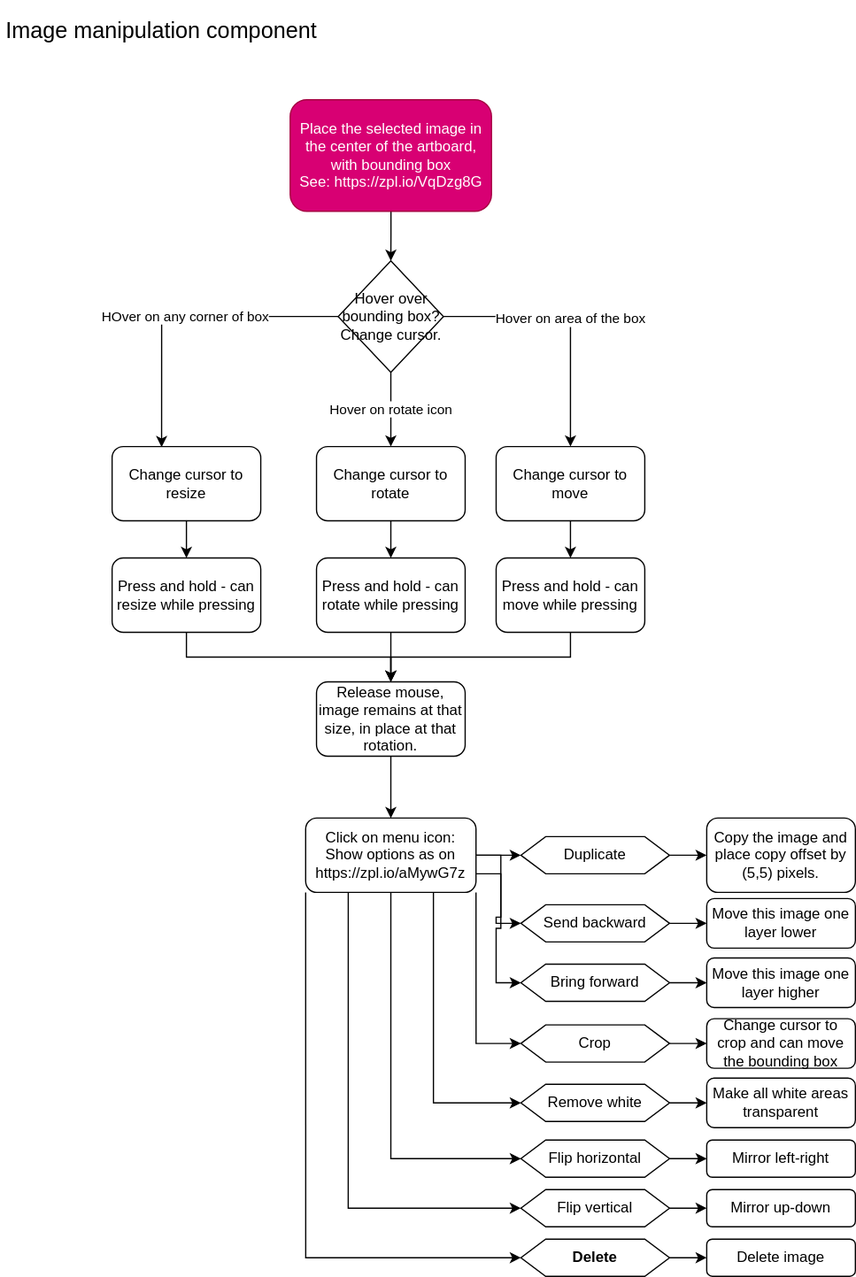
ji-devs/ji-cloud-flowcharts keeps this draw.io diagram as modules/components/image-manipulation.drawio.svg. Above is the earlier version. Source tidied: cells renumbered, new cells last; positions are measured from the earlier drawing's top-left corner, leaving out a move shared by most shapes.
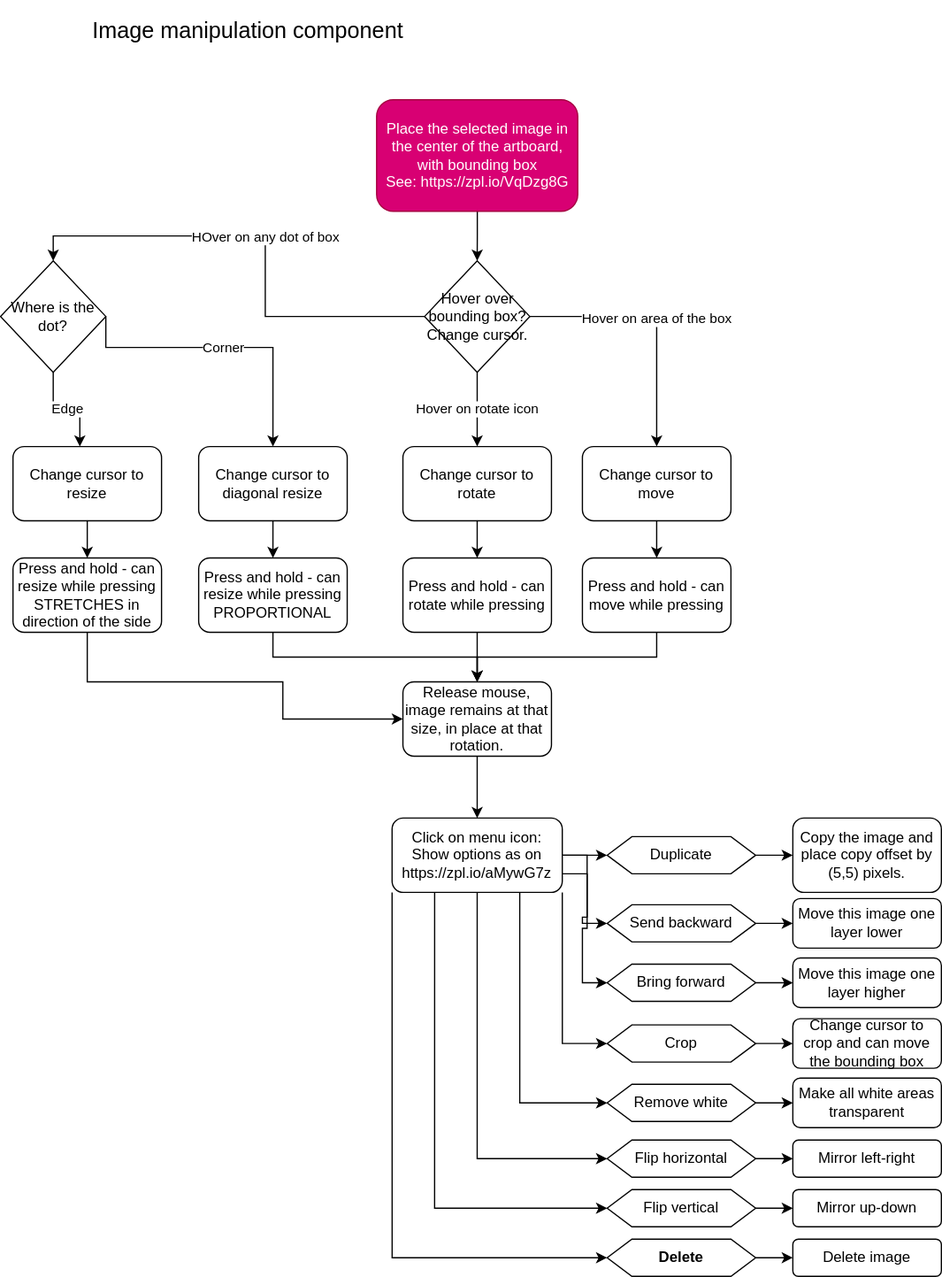
After the commit.

Commit message:
tweaked according to David's slack

Diff of the diagram source:
```diff
@@ -11,7 +11,7 @@
     <mxCell id="4" value="Place the selected image in the center of the artboard, with bounding box&amp;nbsp;&lt;br&gt;See:&amp;nbsp;https://zpl.io/VqDzg8G" style="rounded=1;whiteSpace=wrap;html=1;fillColor=#d80073;strokeColor=#A50040;fontColor=#ffffff;" parent="1" vertex="1">
       <mxGeometry x="233.8" y="80" width="162.5" height="90" as="geometry" />
     </mxCell>
-    <mxCell id="5" value="HOver on any corner of box" style="edgeStyle=orthogonalEdgeStyle;rounded=0;jettySize=auto;html=1;entryX=0.333;entryY=0.007;entryDx=0;entryDy=0;entryPerimeter=0;" parent="1" edge="1" source="8" target="10">
+    <mxCell id="5" value="HOver on any dot of box" style="edgeStyle=orthogonalEdgeStyle;rounded=0;jettySize=auto;html=1;entryX=0.5;entryY=0;entryDx=0;entryDy=0;" parent="1" edge="1" source="8" target="62">
       <mxGeometry relative="1" as="geometry" />
     </mxCell>
     <mxCell id="6" value="Hover on rotate icon" style="edgeStyle=orthogonalEdgeStyle;rounded=0;jettySize=auto;html=1;entryX=0.5;entryY=0;entryDx=0;entryDy=0;" parent="1" edge="1" source="8" target="12">
@@ -26,7 +26,7 @@
     <mxCell id="9" style="edgeStyle=orthogonalEdgeStyle;rounded=0;jettySize=auto;html=1;entryX=0.5;entryY=0;entryDx=0;entryDy=0;" parent="1" edge="1" source="10" target="16">
       <mxGeometry relative="1" as="geometry" />
     </mxCell>
-    <mxCell id="10" value="Change cursor to resize" style="rounded=1;whiteSpace=wrap;html=1;" parent="1" vertex="1">
+    <mxCell id="10" value="Change cursor to diagonal resize" style="rounded=1;whiteSpace=wrap;html=1;" parent="1" vertex="1">
       <mxGeometry x="90" y="360" width="120" height="60" as="geometry" />
     </mxCell>
     <mxCell id="11" style="edgeStyle=orthogonalEdgeStyle;rounded=0;jettySize=auto;html=1;entryX=0.5;entryY=0;entryDx=0;entryDy=0;" parent="1" edge="1" source="12" target="18">
@@ -49,7 +49,7 @@
         </Array>
       </mxGeometry>
     </mxCell>
-    <mxCell id="16" value="Press and hold - can resize while pressing" style="rounded=1;whiteSpace=wrap;html=1;" parent="1" vertex="1">
+    <mxCell id="16" value="Press and hold - can resize while pressing PROPORTIONAL" style="rounded=1;whiteSpace=wrap;html=1;" parent="1" vertex="1">
       <mxGeometry x="90" y="450" width="120" height="60" as="geometry" />
     </mxCell>
     <mxCell id="17" style="edgeStyle=orthogonalEdgeStyle;rounded=0;jettySize=auto;html=1;" parent="1" edge="1" source="18">
@@ -176,5 +176,37 @@
     <mxCell id="55" value="Delete image" style="rounded=1;whiteSpace=wrap;html=1;" parent="1" vertex="1">
       <mxGeometry x="570" y="1000" width="120" height="30" as="geometry" />
     </mxCell>
+    <mxCell id="56" style="edgeStyle=orthogonalEdgeStyle;rounded=0;jettySize=auto;html=1;entryX=0.5;entryY=0;entryDx=0;entryDy=0;" parent="1" edge="1" source="57" target="59">
+      <mxGeometry relative="1" as="geometry" />
+    </mxCell>
+    <mxCell id="57" value="Change cursor to resize" style="rounded=1;whiteSpace=wrap;html=1;" parent="1" vertex="1">
+      <mxGeometry x="-60" y="360" width="120" height="60" as="geometry" />
+    </mxCell>
+    <mxCell id="58" style="edgeStyle=orthogonalEdgeStyle;rounded=0;jettySize=auto;html=1;entryX=0;entryY=0.5;entryDx=0;entryDy=0;" parent="1" edge="1" source="59" target="22">
+      <mxGeometry relative="1" as="geometry">
+        <Array as="points">
+          <mxPoint y="550" />
+          <mxPoint x="158" y="550" />
+          <mxPoint x="158" y="580" />
+        </Array>
+      </mxGeometry>
+    </mxCell>
+    <mxCell id="59" value="Press and hold - can resize while pressing STRETCHES in direction of the side" style="rounded=1;whiteSpace=wrap;html=1;" parent="1" vertex="1">
+      <mxGeometry x="-60" y="450" width="120" height="60" as="geometry" />
+    </mxCell>
+    <mxCell id="60" value="Corner" style="edgeStyle=orthogonalEdgeStyle;rounded=0;jettySize=auto;html=1;entryX=0.5;entryY=0;entryDx=0;entryDy=0;exitX=1;exitY=0.5;exitDx=0;exitDy=0;" parent="1" edge="1" source="62" target="10">
+      <mxGeometry relative="1" as="geometry">
+        <Array as="points">
+          <mxPoint x="15" y="280" />
+          <mxPoint x="150" y="280" />
+        </Array>
+      </mxGeometry>
+    </mxCell>
+    <mxCell id="61" value="Edge" style="edgeStyle=orthogonalEdgeStyle;rounded=0;jettySize=auto;html=1;entryX=0.45;entryY=0;entryDx=0;entryDy=0;entryPerimeter=0;" parent="1" edge="1" source="62" target="57">
+      <mxGeometry relative="1" as="geometry" />
+    </mxCell>
+    <mxCell id="62" value="Where is the dot?" style="rhombus;whiteSpace=wrap;html=1;" parent="1" vertex="1">
+      <mxGeometry x="-70" y="210" width="85" height="90" as="geometry" />
+    </mxCell>
   </root>
 </mxGraphModel>
```
